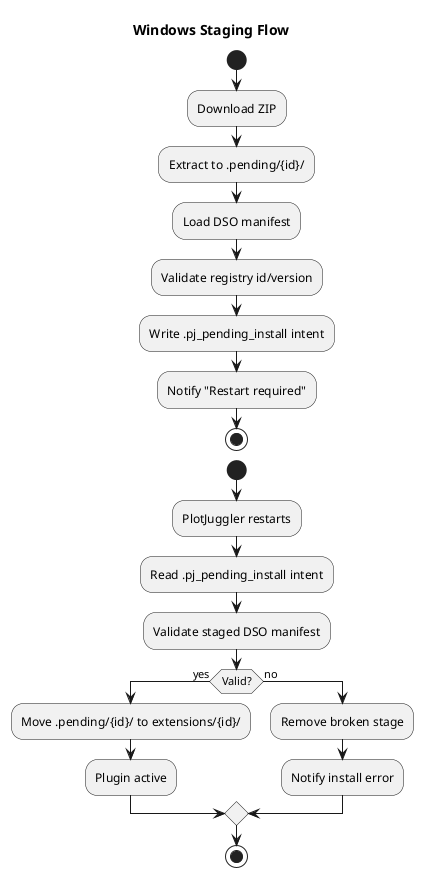
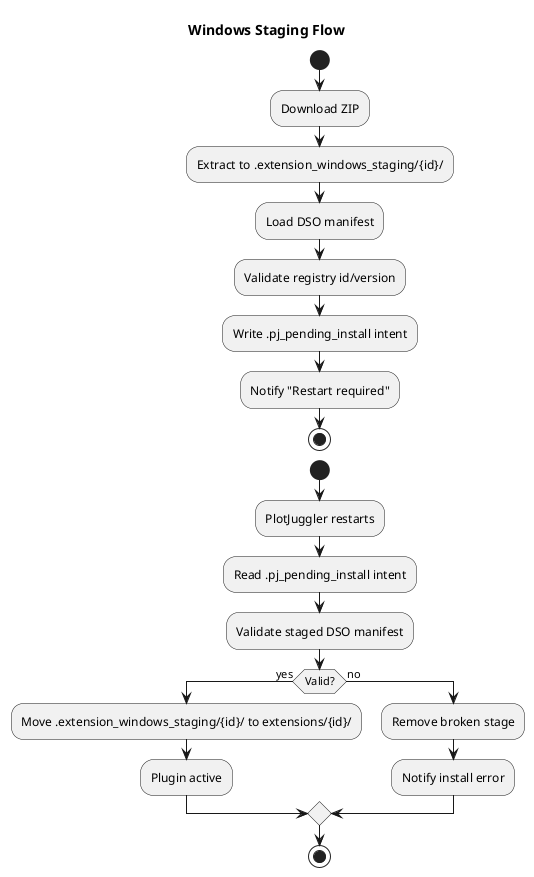
@startuml
skinparam backgroundColor white

title Windows Staging Flow

start
:Download ZIP;
- :Extract to .pending/{id}/;
+ :Extract to .extension_windows_staging/{id}/;
:Load DSO manifest;
:Validate registry id/version;
:Write .pj_pending_install intent;
:Notify "Restart required";
stop

start
:PlotJuggler restarts;
:Read .pj_pending_install intent;
:Validate staged DSO manifest;
if (Valid?) then (yes)
- :Move .pending/{id}/ to extensions/{id}/;
+ :Move .extension_windows_staging/{id}/ to extensions/{id}/;
  :Plugin active;
else (no)
  :Remove broken stage;
  :Notify install error;
endif
stop
@enduml
